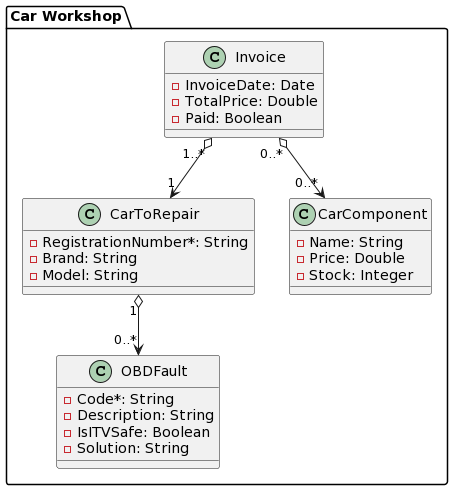
The PlantUML diagram docs/car_workshop.models.png in wzzzzwwzw/apaw-practice, before a commit.
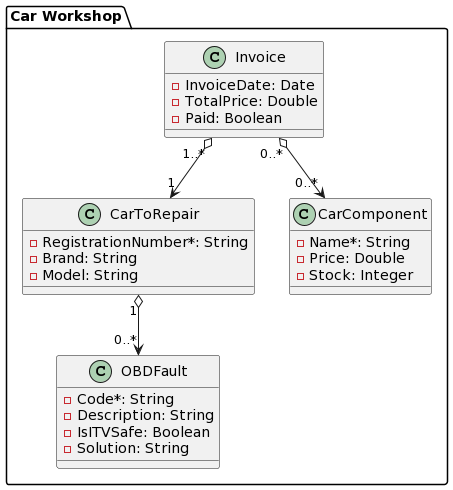
Later version of the same file.

Commit message:
carcomponent edited name to be unique #521

Change to the diagram source:
```diff
@@ -15,7 +15,7 @@
   }
 
   class CarComponent {
-    - Name: String
+    - Name*: String
     - Price: Double
     - Stock: Integer
   }
```
